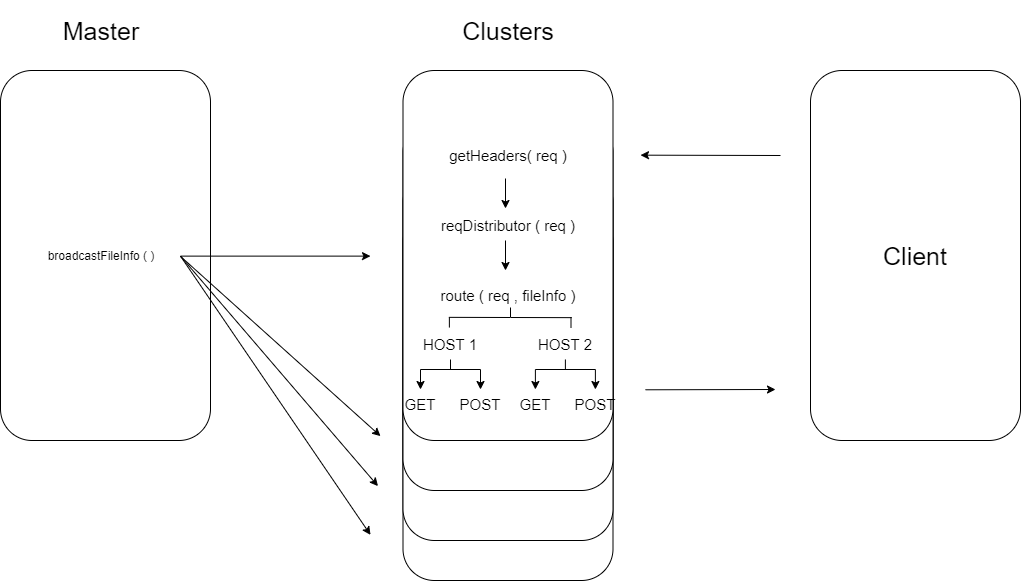
ChansooKim316/node_server keeps this draw.io diagram as diagram.png. Above is the earlier version. Source tidied: cells renumbered, new cells last; positions are measured from the earlier drawing's top-left corner, leaving out a move shared by most shapes.
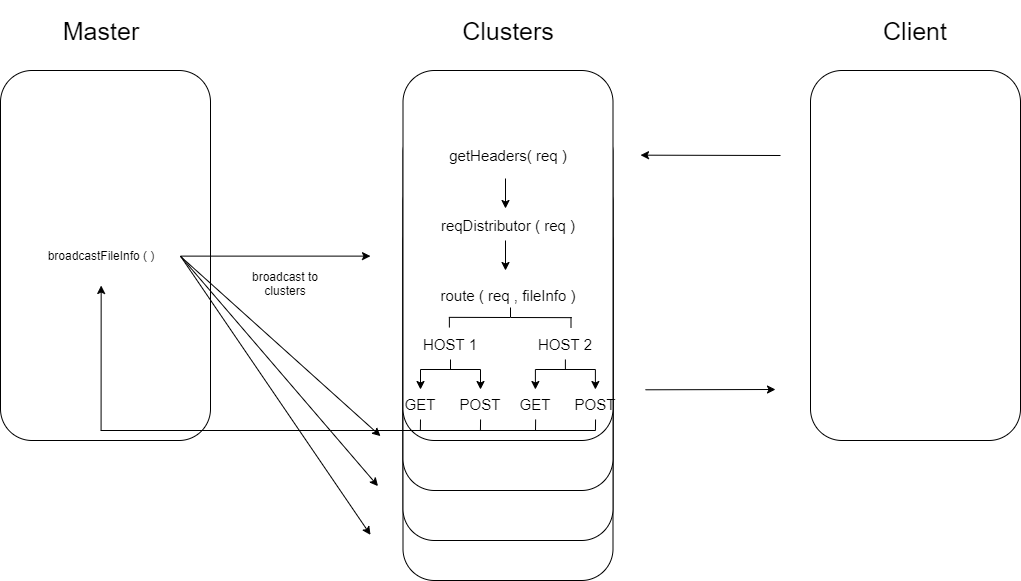
After the commit.

Diff of the diagram source:
```diff
@@ -171,7 +171,7 @@
       <mxGeometry x="810" y="70" width="210" height="370" as="geometry" />
     </mxCell>
     <mxCell id="39" value="&lt;font style=&quot;font-size: 25px&quot;&gt;Client&lt;br&gt;&lt;/font&gt;" style="text;html=1;strokeColor=none;fillColor=none;align=center;verticalAlign=middle;whiteSpace=wrap;rounded=0;" parent="1" vertex="1">
-      <mxGeometry x="870" y="225" width="90" height="60" as="geometry" />
+      <mxGeometry x="870" width="90" height="60" as="geometry" />
     </mxCell>
     <mxCell id="40" style="endArrow=classic;html=1;" parent="1" edge="1">
       <mxGeometry relative="1" as="geometry">
@@ -197,5 +197,43 @@
         <mxPoint x="775" y="389" as="targetPoint" />
       </mxGeometry>
     </mxCell>
+    <mxCell id="44" value="&lt;p&gt;&lt;font style=&quot;font-size: 12px&quot;&gt;broadcast to clusters&lt;/font&gt;&lt;/p&gt;" style="text;html=1;strokeColor=none;fillColor=none;align=center;verticalAlign=middle;whiteSpace=wrap;rounded=0;" parent="1" vertex="1">
+      <mxGeometry x="240" y="260" width="90" height="45" as="geometry" />
+    </mxCell>
+    <mxCell id="45" style="endArrow=classic;html=1;entryX=0.428;entryY=0.989;entryDx=0;entryDy=0;entryPerimeter=0;" parent="1" edge="1">
+      <mxGeometry relative="1" as="geometry">
+        <mxPoint x="100.6" y="429.7" as="sourcePoint" />
+        <mxPoint x="100.7" y="285" as="targetPoint" />
+      </mxGeometry>
+    </mxCell>
+    <mxCell id="46" style="endArrow=none;html=1;entryX=0.5;entryY=1;entryDx=0;entryDy=0;" parent="1" edge="1" target="14">
+      <mxGeometry relative="1" as="geometry">
+        <mxPoint x="419.9" y="430" as="sourcePoint" />
+      </mxGeometry>
+    </mxCell>
+    <mxCell id="47" style="endArrow=none;html=1;entryX=0.5;entryY=1;entryDx=0;entryDy=0;" parent="1" edge="1">
+      <mxGeometry relative="1" as="geometry">
+        <mxPoint x="479.9" y="430" as="sourcePoint" />
+        <mxPoint x="480.1" y="419" as="targetPoint" />
+      </mxGeometry>
+    </mxCell>
+    <mxCell id="48" style="endArrow=none;html=1;entryX=0.5;entryY=1;entryDx=0;entryDy=0;" parent="1" edge="1">
+      <mxGeometry relative="1" as="geometry">
+        <mxPoint x="594.9" y="430" as="sourcePoint" />
+        <mxPoint x="595.1" y="419" as="targetPoint" />
+      </mxGeometry>
+    </mxCell>
+    <mxCell id="49" style="endArrow=none;html=1;entryX=0.5;entryY=1;entryDx=0;entryDy=0;" parent="1" edge="1">
+      <mxGeometry relative="1" as="geometry">
+        <mxPoint x="535" y="430" as="sourcePoint" />
+        <mxPoint x="535.1" y="419" as="targetPoint" />
+      </mxGeometry>
+    </mxCell>
+    <mxCell id="50" style="endArrow=none;html=1;" parent="1" edge="1">
+      <mxGeometry relative="1" as="geometry">
+        <mxPoint x="100" y="430" as="sourcePoint" />
+        <mxPoint x="595" y="430" as="targetPoint" />
+      </mxGeometry>
+    </mxCell>
   </root>
 </mxGraphModel>
```
